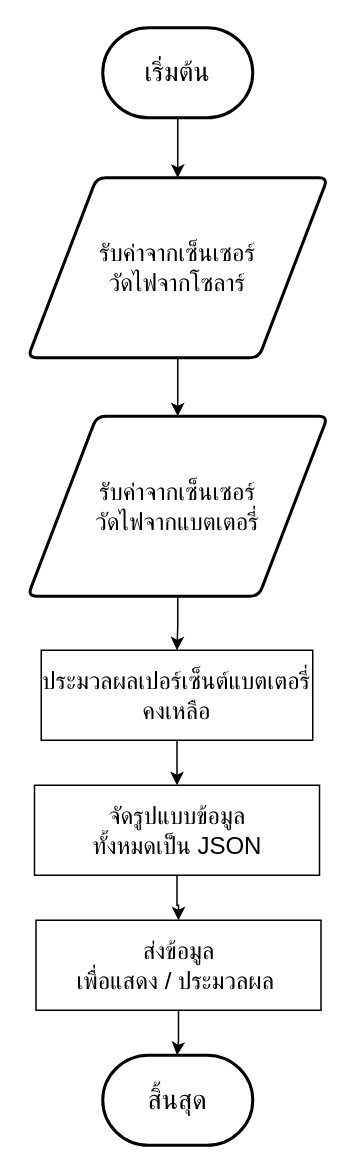
This is page "bms-report-api" (3 of 7) of function.drawio from toonshouin/psc-flowchart-workshop, a draw.io file, before an edit. Source tidied: cells renumbered, new cells numbered last; positions are measured from the earlier drawing's top-left corner, leaving out a move shared by most shapes. Both pictures are drawn from the tidied source at 150%, with x=0, y=0 at pixel (27, 27).
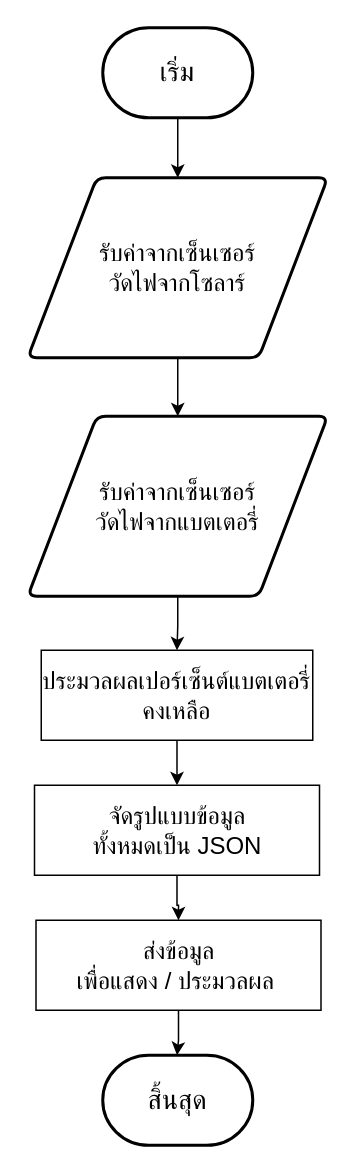
After the change.

Change to the diagram source:
```diff
@@
 <mxGraphModel>
   <root>
     <mxCell id="0" />
     <mxCell id="1" parent="0" />
     <mxCell id="2" style="edgeStyle=orthogonalEdgeStyle;rounded=0;jettySize=auto;html=1;" parent="1" edge="1" source="3" target="5">
       <mxGeometry relative="1" as="geometry" />
     </mxCell>
     <mxCell id="3" value="ประมวลผลเปอร์เซ็นต์แบตเตอรี่คงเหลือ" style="rounded=0;whiteSpace=wrap;html=1;fontSize=16;" parent="1" vertex="1">
       <mxGeometry x="9" y="415" width="181" height="60" as="geometry" />
     </mxCell>
     <mxCell id="4" style="edgeStyle=orthogonalEdgeStyle;rounded=0;jettySize=auto;html=1;" parent="1" edge="1" source="5" target="7">
       <mxGeometry relative="1" as="geometry" />
     </mxCell>
     <mxCell id="5" value="จัดรูปแบบข้อมูล&lt;div&gt;ทั้งหมดเป็น JSON&lt;/div&gt;" style="whiteSpace=wrap;html=1;fontSize=16;rounded=0;" parent="1" vertex="1">
       <mxGeometry x="4.5" y="505" width="190" height="60" as="geometry" />
     </mxCell>
     <mxCell id="6" style="edgeStyle=orthogonalEdgeStyle;rounded=0;jettySize=auto;html=1;" parent="1" edge="1" source="7">
       <mxGeometry relative="1" as="geometry">
         <mxPoint x="99.5" y="685" as="targetPoint" />
       </mxGeometry>
     </mxCell>
     <mxCell id="7" value="ส่งข้อมูล&lt;div&gt;เพื่อแสดง / ประมวลผล&amp;nbsp;&lt;/div&gt;" style="whiteSpace=wrap;html=1;fontSize=16;rounded=0;" parent="1" vertex="1">
       <mxGeometry x="5.5" y="595" width="190" height="60" as="geometry" />
     </mxCell>
     <mxCell id="8" style="edgeStyle=orthogonalEdgeStyle;rounded=0;jettySize=auto;html=1;" parent="1" edge="1" source="9" target="12">
       <mxGeometry relative="1" as="geometry" />
     </mxCell>
-    <mxCell id="9" value="เริ่มต้น" style="strokeWidth=2;html=1;shape=mxgraph.flowchart.terminator;whiteSpace=wrap;fontSize=18;" parent="1" vertex="1">
+    <mxCell id="9" value="เริ่ม" style="strokeWidth=2;html=1;shape=mxgraph.flowchart.terminator;whiteSpace=wrap;fontSize=18;" parent="1" vertex="1">
       <mxGeometry x="50" width="100" height="60" as="geometry" />
     </mxCell>
     <mxCell id="10" value="สิ้นสุด" style="strokeWidth=2;html=1;shape=mxgraph.flowchart.terminator;whiteSpace=wrap;fontSize=18;" parent="1" vertex="1">
       <mxGeometry x="50" y="685" width="100" height="60" as="geometry" />
     </mxCell>
     <mxCell id="11" style="edgeStyle=orthogonalEdgeStyle;rounded=0;jettySize=auto;html=1;" parent="1" edge="1" source="12" target="14">
       <mxGeometry relative="1" as="geometry" />
     </mxCell>
     <mxCell id="12" value="&lt;span style=&quot;font-size: 16px;&quot;&gt;รับค่าจากเซ็นเซอร์&lt;/span&gt;&lt;div style=&quot;font-size: 16px;&quot;&gt;วัดไฟจากโซลาร์&lt;/div&gt;" style="shape=parallelogram;html=1;strokeWidth=2;perimeter=parallelogramPerimeter;whiteSpace=wrap;rounded=1;arcSize=12;size=0.23;" parent="1" vertex="1">
       <mxGeometry y="100" width="200" height="120" as="geometry" />
     </mxCell>
     <mxCell id="13" style="edgeStyle=orthogonalEdgeStyle;rounded=0;jettySize=auto;html=1;" parent="1" edge="1" source="14" target="3">
       <mxGeometry relative="1" as="geometry" />
     </mxCell>
     <mxCell id="14" value="&lt;span style=&quot;font-size: 16px;&quot;&gt;รับค่าจากเซ็นเซอร์&lt;/span&gt;&lt;div style=&quot;font-size: 16px;&quot;&gt;วัดไฟจากแบตเตอรี่&lt;/div&gt;" style="shape=parallelogram;html=1;strokeWidth=2;perimeter=parallelogramPerimeter;whiteSpace=wrap;rounded=1;arcSize=12;size=0.23;" parent="1" vertex="1">
       <mxGeometry y="259" width="200" height="120" as="geometry" />
     </mxCell>
   </root>
 </mxGraphModel>
```
